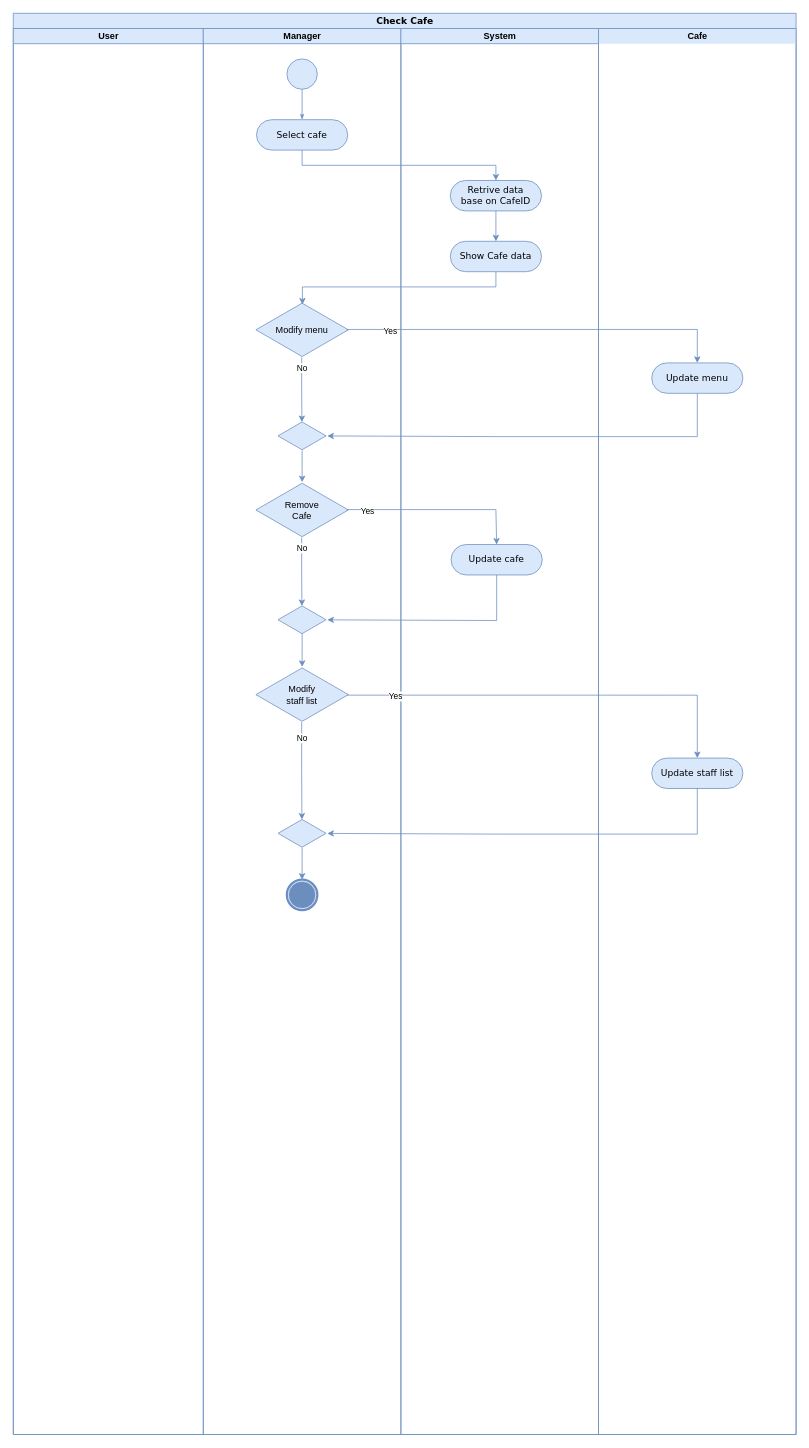
Earlier version of the draw.io diagram page "CheckCafe" (5 of 6) of Diagrams/ActivityDiagram.drawio (Abcdavid00/Cafe-Management-Application). Source tidied: cells renumbered, new cells numbered last; positions are measured from the earlier drawing's top-left corner, leaving out a move shared by most shapes. Both pictures are drawn from the tidied source at 76%, with x=0, y=0 at pixel (13, 13).
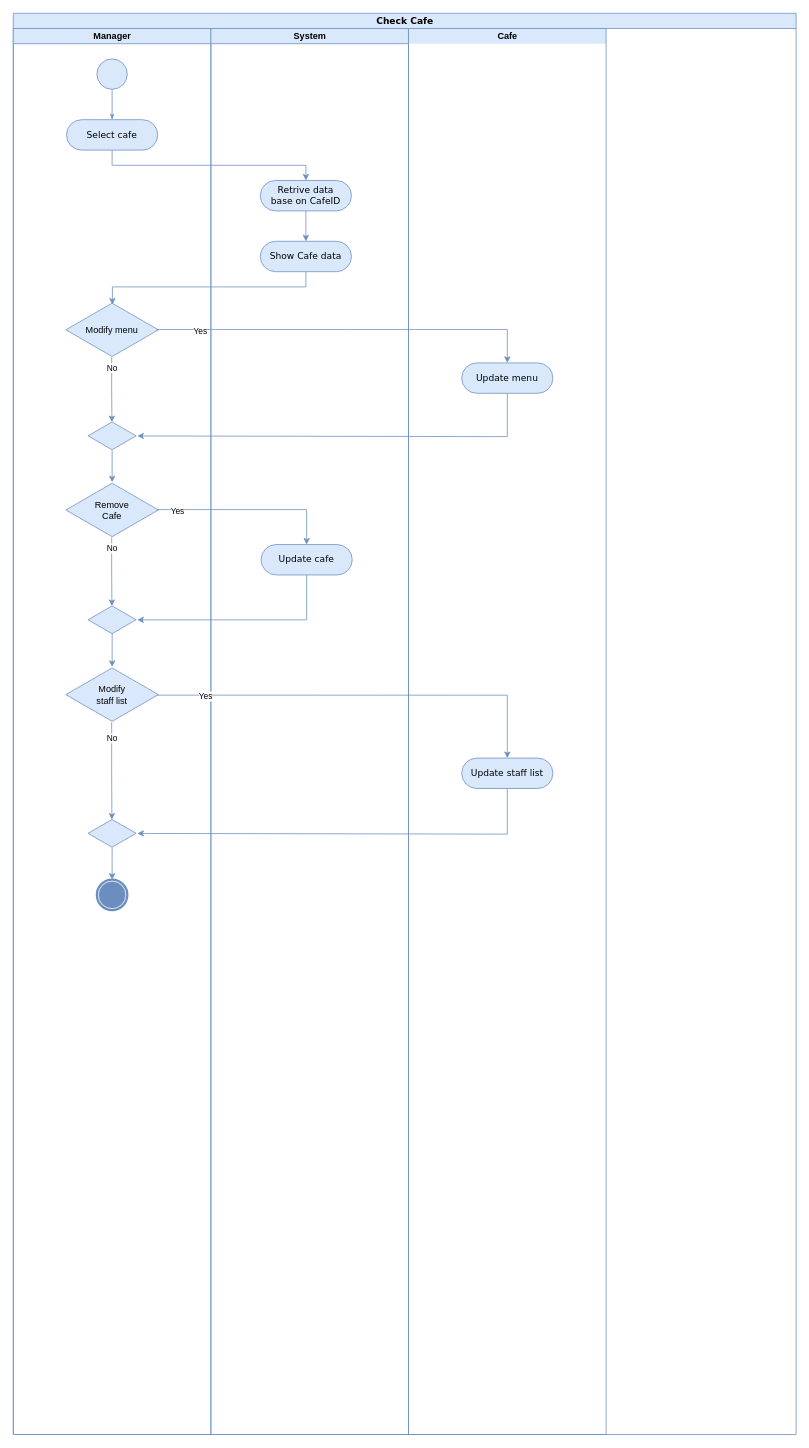
The same page after the edit.

Unchanged cells that the change refers to:
```xml
<mxCell id="2" value="Check Cafe" style="swimlane;html=1;startSize=20;rounded=0;shadow=0;comic=0;labelBackgroundColor=none;strokeWidth=1;fontFamily=Verdana;fontSize=12;align=center;fillColor=#dae8fc;strokeColor=#6c8ebf;" parent="1" vertex="1">
  <mxGeometry width="1030" height="1870" as="geometry" />
</mxCell>
<mxCell id="13" value="Remove&lt;br&gt;Cafe" style="html=1;whiteSpace=wrap;shape=isoRectangle;fillColor=#dae8fc;strokeColor=#6c8ebf;" parent="4" vertex="1">
  <mxGeometry x="69.2" y="597" width="121.7" height="73" as="geometry" />
</mxCell>
<mxCell id="14" style="html=1;whiteSpace=wrap;shape=isoRectangle;fillColor=#dae8fc;strokeColor=#6c8ebf;" parent="4" vertex="1">
  <mxGeometry x="98.3" y="759" width="63.3" height="38" as="geometry" />
</mxCell>
<mxCell id="18" value="Modify&lt;br&gt;staff list" style="html=1;whiteSpace=wrap;shape=isoRectangle;fillColor=#dae8fc;strokeColor=#6c8ebf;" parent="4" vertex="1">
  <mxGeometry x="69.2" y="840" width="121.7" height="73" as="geometry" />
</mxCell>
<mxCell id="28" value="Update cafe" style="rounded=1;whiteSpace=wrap;html=1;shadow=0;comic=0;labelBackgroundColor=none;strokeWidth=1;fontFamily=Verdana;fontSize=12;align=center;arcSize=50;fillColor=#dae8fc;strokeColor=#6c8ebf;" parent="24" vertex="1">
  <mxGeometry x="66" y="679" width="120" height="40" as="geometry" />
</mxCell>
<mxCell id="31" value="Update staff list" style="rounded=1;whiteSpace=wrap;html=1;shadow=0;comic=0;labelBackgroundColor=none;strokeWidth=1;fontFamily=Verdana;fontSize=12;align=center;arcSize=50;fillColor=#dae8fc;strokeColor=#6c8ebf;" parent="29" vertex="1">
  <mxGeometry x="70" y="960" width="120" height="40" as="geometry" />
</mxCell>
```

What changed in the source:
```diff
@@
-    <mxCell id="3" value="User" style="swimlane;html=1;startSize=20;fillColor=#dae8fc;strokeColor=#6c8ebf;" parent="2" vertex="1">
-      <mxGeometry y="20" width="250" height="1850" as="geometry" />
-    </mxCell>
     <mxCell id="4" value="Manager" style="swimlane;html=1;startSize=20;fillColor=#dae8fc;strokeColor=#6c8ebf;" parent="2" vertex="1">
-      <mxGeometry x="250" y="20" width="260" height="1850" as="geometry" />
+      <mxGeometry y="20" width="260" height="1850" as="geometry" />
     </mxCell>
@@
     <mxCell id="24" value="System" style="swimlane;html=1;startSize=20;direction=east;fillColor=#dae8fc;strokeColor=#6c8ebf;" parent="2" vertex="1">
-      <mxGeometry x="510" y="20" width="260" height="1850" as="geometry" />
+      <mxGeometry x="260" y="20" width="260" height="1850" as="geometry" />
     </mxCell>
@@
     <mxCell id="29" value="Cafe" style="swimlane;html=1;startSize=20;direction=east;swimlaneLine=0;fillColor=#dae8fc;strokeColor=#6c8ebf;" parent="2" vertex="1">
-      <mxGeometry x="770" y="20" width="260" height="1850" as="geometry" />
+      <mxGeometry x="520" y="20" width="260" height="1850" as="geometry" />
     </mxCell>
@@
     <mxCell id="37" style="edgeStyle=orthogonalEdgeStyle;rounded=0;jettySize=auto;html=1;exitX=0.985;exitY=0.509;exitDx=0;exitDy=0;exitPerimeter=0;entryX=0.5;entryY=0;entryDx=0;entryDy=0;fillColor=#dae8fc;strokeColor=#6c8ebf;" parent="2" edge="1" source="13" target="28">
       <mxGeometry relative="1" as="geometry">
         <Array as="points">
-          <mxPoint x="439" y="653" />
-          <mxPoint x="635" y="653" />
+          <mxPoint x="189" y="653" />
+          <mxPoint x="386" y="653" />
         </Array>
       </mxGeometry>
     </mxCell>
@@
     <mxCell id="39" style="edgeStyle=orthogonalEdgeStyle;rounded=0;jettySize=auto;html=1;entryX=1.025;entryY=0.503;entryDx=0;entryDy=0;entryPerimeter=0;exitX=0.5;exitY=1;exitDx=0;exitDy=0;fillColor=#dae8fc;strokeColor=#6c8ebf;" parent="2" edge="1" source="28" target="14">
       <mxGeometry relative="1" as="geometry">
         <Array as="points">
-          <mxPoint x="636" y="799" />
-          <mxPoint x="635" y="799" />
+          <mxPoint x="386" y="798" />
         </Array>
       </mxGeometry>
     </mxCell>
     <mxCell id="40" style="edgeStyle=orthogonalEdgeStyle;rounded=0;jettySize=auto;html=1;exitX=0.985;exitY=0.509;exitDx=0;exitDy=0;exitPerimeter=0;entryX=0.5;entryY=0;entryDx=0;entryDy=0;fillColor=#dae8fc;strokeColor=#6c8ebf;" parent="2" edge="1" source="18" target="31">
       <mxGeometry relative="1" as="geometry">
         <Array as="points">
-          <mxPoint x="900" y="897" />
+          <mxPoint x="650" y="897" />
         </Array>
       </mxGeometry>
     </mxCell>
```
